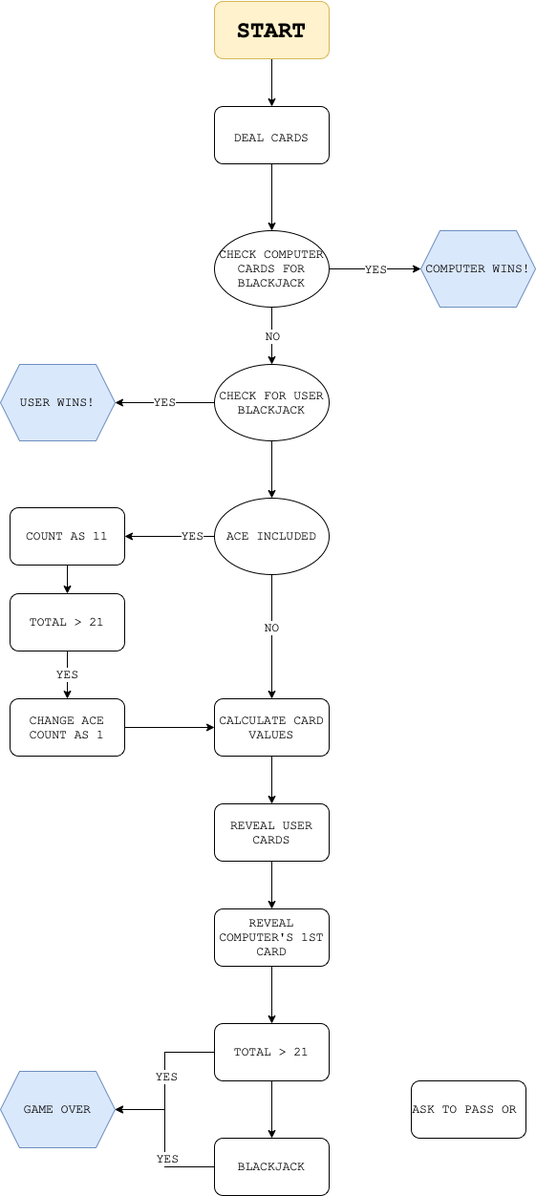
This is Blackjack.drawio.png from antoniaandreou/100_days_of_python, a draw.io export, as it was before one commit. Source tidied: cells renumbered, new cells last; positions are measured from the earlier drawing's top-left corner, leaving out a move shared by most shapes.
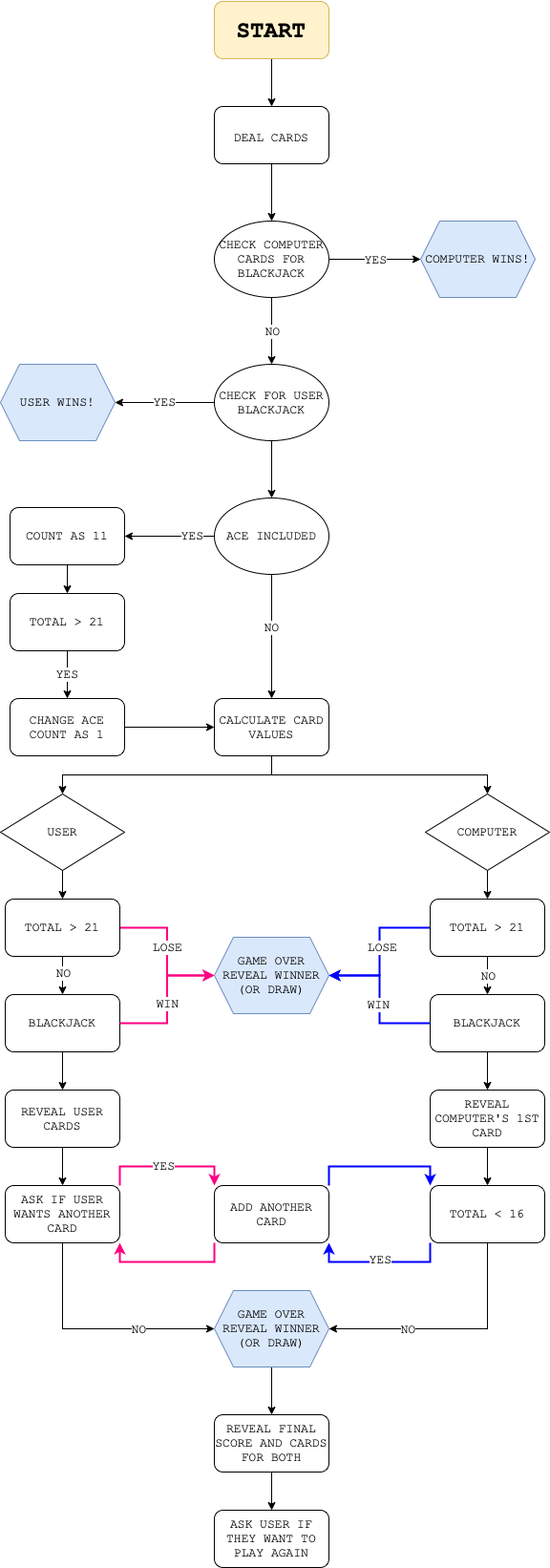
The same diagram one commit later.

Diff of the diagram source:
```diff
@@ -14,23 +14,23 @@
     <mxCell id="5" value="&lt;font style=&quot;font-size: 13px&quot;&gt;DEAL CARDS&lt;/font&gt;" style="rounded=1;whiteSpace=wrap;html=1;fontFamily=Courier New;fontSize=24;" parent="1" vertex="1">
       <mxGeometry x="224" y="110" width="120" height="60" as="geometry" />
     </mxCell>
-    <mxCell id="6" style="edgeStyle=orthogonalEdgeStyle;rounded=0;jettySize=auto;html=1;exitX=0.5;exitY=1;exitDx=0;exitDy=0;entryX=0.5;entryY=0;entryDx=0;entryDy=0;fontFamily=Courier New;fontSize=13;" parent="1" edge="1" source="7" target="25">
-      <mxGeometry relative="1" as="geometry" />
-    </mxCell>
+    <mxCell id="42" style="edgeStyle=orthogonalEdgeStyle;rounded=0;jettySize=auto;html=1;exitX=0.5;exitY=1;exitDx=0;exitDy=0;entryX=0.5;entryY=0;entryDx=0;entryDy=0;fontFamily=Courier New;fontSize=13;strokeColor=#000000;strokeWidth=1;" parent="1" edge="1" source="7" target="69">
+      <mxGeometry relative="1" as="geometry" />
+    </mxCell>
     <mxCell id="7" value="REVEAL COMPUTER'S 1ST CARD" style="rounded=1;whiteSpace=wrap;html=1;fontFamily=Courier New;fontSize=13;" parent="1" vertex="1">
-      <mxGeometry x="224" y="950" width="120" height="60" as="geometry" />
+      <mxGeometry x="450" y="1140" width="120" height="60" as="geometry" />
     </mxCell>
-    <mxCell id="8" style="edgeStyle=orthogonalEdgeStyle;rounded=0;jettySize=auto;html=1;exitX=0.5;exitY=1;exitDx=0;exitDy=0;entryX=0.5;entryY=0;entryDx=0;entryDy=0;fontFamily=Courier New;fontSize=13;" parent="1" edge="1" source="9" target="7">
-      <mxGeometry relative="1" as="geometry" />
-    </mxCell>
+    <mxCell id="43" style="edgeStyle=orthogonalEdgeStyle;rounded=0;jettySize=auto;html=1;exitX=0.5;exitY=1;exitDx=0;exitDy=0;entryX=0.5;entryY=0;entryDx=0;entryDy=0;fontFamily=Courier New;fontSize=13;strokeColor=#000000;strokeWidth=1;" parent="1" edge="1" source="9" target="41">
+      <mxGeometry relative="1" as="geometry" />
+    </mxCell>
     <mxCell id="9" value="REVEAL USER CARDS" style="rounded=1;whiteSpace=wrap;html=1;fontFamily=Courier New;fontSize=13;" parent="1" vertex="1">
-      <mxGeometry x="224" y="840" width="120" height="60" as="geometry" />
+      <mxGeometry x="5" y="1140" width="120" height="60" as="geometry" />
     </mxCell>
     <mxCell id="10" value="CHECK COMPUTER CARDS FOR BLACKJACK" style="ellipse;whiteSpace=wrap;html=1;fontFamily=Courier New;fontSize=13;" parent="1" vertex="1">
-      <mxGeometry x="224" y="240" width="120" height="80" as="geometry" />
+      <mxGeometry x="224" y="230" width="120" height="80" as="geometry" />
     </mxCell>
     <mxCell id="11" value="COMPUTER WINS!" style="shape=hexagon;perimeter=hexagonPerimeter2;whiteSpace=wrap;html=1;fixedSize=1;fontFamily=Courier New;fontSize=13;fillColor=#dae8fc;strokeColor=#6c8ebf;" parent="1" vertex="1">
-      <mxGeometry x="440" y="240" width="120" height="80" as="geometry" />
+      <mxGeometry x="440" y="230" width="120" height="80" as="geometry" />
     </mxCell>
     <mxCell id="12" style="endArrow=classic;html=1;rounded=0;fontFamily=Courier New;fontSize=13;exitX=1;exitY=0.5;exitDx=0;exitDy=0;entryX=0;entryY=0.5;entryDx=0;entryDy=0;" parent="1" edge="1" source="10" target="11">
       <mxGeometry relative="1" as="geometry" />
@@ -56,24 +56,21 @@
     <mxCell id="19" style="edgeStyle=orthogonalEdgeStyle;rounded=0;jettySize=auto;html=1;entryX=0.5;entryY=0;entryDx=0;entryDy=0;fontFamily=Courier New;fontSize=13;exitX=0.5;exitY=1;exitDx=0;exitDy=0;" parent="1" edge="1" source="15" target="30">
       <mxGeometry relative="1" as="geometry" />
     </mxCell>
-    <mxCell id="20" style="edgeStyle=orthogonalEdgeStyle;rounded=0;jettySize=auto;html=1;exitX=0.5;exitY=1;exitDx=0;exitDy=0;entryX=0.5;entryY=0;entryDx=0;entryDy=0;fontFamily=Courier New;fontSize=13;" parent="1" edge="1" source="21" target="9">
-      <mxGeometry relative="1" as="geometry" />
-    </mxCell>
+    <mxCell id="44" style="edgeStyle=orthogonalEdgeStyle;rounded=0;jettySize=auto;html=1;exitX=0.5;exitY=1;exitDx=0;exitDy=0;fontFamily=Courier New;fontSize=13;" parent="1" edge="1" source="21" target="53">
+      <mxGeometry relative="1" as="geometry" />
+    </mxCell>
     <mxCell id="21" value="CALCULATE CARD VALUES" style="rounded=1;whiteSpace=wrap;html=1;fontFamily=Courier New;fontSize=13;" parent="1" vertex="1">
       <mxGeometry x="224" y="730" width="120" height="60" as="geometry" />
     </mxCell>
-    <mxCell id="22" style="edgeStyle=orthogonalEdgeStyle;rounded=0;jettySize=auto;html=1;exitX=0;exitY=0.5;exitDx=0;exitDy=0;entryX=1;entryY=0.5;entryDx=0;entryDy=0;fontFamily=Courier New;fontSize=13;" parent="1" edge="1" source="25" target="37">
+    <mxCell id="22" style="edgeStyle=orthogonalEdgeStyle;rounded=0;jettySize=auto;html=1;fontFamily=Courier New;fontSize=13;strokeColor=#FF0080;strokeWidth=2;exitX=1;exitY=0.5;exitDx=0;exitDy=0;entryX=0;entryY=0.5;entryDx=0;entryDy=0;" parent="1" edge="1" source="25" target="37">
       <mxGeometry relative="1" as="geometry" />
     </mxCell>
-    <mxCell id="23" value="YES" style="edgeLabel;html=1;align=center;verticalAlign=middle;fontSize=13;fontFamily=Courier New;" parent="22" vertex="1">
-      <mxGeometry x="-0.06" y="1" relative="1" as="geometry" />
-    </mxCell>
-    <mxCell id="24" style="edgeStyle=orthogonalEdgeStyle;rounded=0;jettySize=auto;html=1;exitX=0.5;exitY=1;exitDx=0;exitDy=0;entryX=0.5;entryY=0;entryDx=0;entryDy=0;fontFamily=Courier New;fontSize=13;" parent="1" edge="1" source="25" target="40">
-      <mxGeometry relative="1" as="geometry" />
-    </mxCell>
-    <mxCell id="25" value="TOTAL &amp;gt; 21" style="rounded=1;whiteSpace=wrap;html=1;fontFamily=Courier New;fontSize=13;" parent="1" vertex="1">
-      <mxGeometry x="224" y="1070" width="120" height="60" as="geometry" />
-    </mxCell>
+    <mxCell id="45" value="LOSE" style="edgeLabel;html=1;align=center;verticalAlign=middle;fontSize=13;fontFamily=Courier New;" parent="22" vertex="1">
+      <mxGeometry x="-0.07" relative="1" as="geometry" />
+    </mxCell>
+    <mxCell id="46" style="edgeStyle=orthogonalEdgeStyle;rounded=0;jettySize=auto;html=1;exitX=0.5;exitY=1;exitDx=0;exitDy=0;entryX=0.5;entryY=0;entryDx=0;entryDy=0;fontFamily=Courier New;fontSize=13;" parent="1" edge="1" source="21" target="57">
+      <mxGeometry relative="1" as="geometry" />
+    </mxCell>
     <mxCell id="26" style="edgeStyle=orthogonalEdgeStyle;rounded=0;jettySize=auto;html=1;exitX=0;exitY=0.5;exitDx=0;exitDy=0;entryX=1;entryY=0.5;entryDx=0;entryDy=0;fontFamily=Courier New;fontSize=13;" parent="1" edge="1" source="30" target="36">
       <mxGeometry relative="1" as="geometry" />
     </mxCell>
@@ -107,20 +104,133 @@
     <mxCell id="36" value="COUNT AS 11" style="rounded=1;whiteSpace=wrap;html=1;fontFamily=Courier New;fontSize=13;" parent="1" vertex="1">
       <mxGeometry x="10" y="530" width="120" height="60" as="geometry" />
     </mxCell>
-    <mxCell id="37" value="GAME OVER" style="shape=hexagon;perimeter=hexagonPerimeter2;whiteSpace=wrap;html=1;fixedSize=1;fontFamily=Courier New;fontSize=13;fillColor=#dae8fc;strokeColor=#6c8ebf;" parent="1" vertex="1">
-      <mxGeometry y="1120" width="120" height="80" as="geometry" />
+    <mxCell id="37" value="GAME OVER&lt;br&gt;REVEAL WINNER&lt;br&gt;(OR DRAW)" style="shape=hexagon;perimeter=hexagonPerimeter2;whiteSpace=wrap;html=1;fixedSize=1;fontFamily=Courier New;fontSize=13;fillColor=#dae8fc;strokeColor=#6c8ebf;" parent="1" vertex="1">
+      <mxGeometry x="224" y="980" width="120" height="80" as="geometry" />
     </mxCell>
+    <mxCell id="47" style="edgeStyle=orthogonalEdgeStyle;rounded=0;jettySize=auto;html=1;exitX=0.5;exitY=1;exitDx=0;exitDy=0;entryX=0.5;entryY=0;entryDx=0;entryDy=0;fontFamily=Courier New;fontSize=13;strokeColor=#000000;strokeWidth=1;" parent="1" edge="1" source="40" target="9">
+      <mxGeometry relative="1" as="geometry" />
+    </mxCell>
+    <mxCell id="40" value="BLACKJACK" style="rounded=1;whiteSpace=wrap;html=1;fontFamily=Courier New;fontSize=13;" parent="1" vertex="1">
+      <mxGeometry x="5" y="1040" width="120" height="60" as="geometry" />
+    </mxCell>
+    <mxCell id="48" style="edgeStyle=orthogonalEdgeStyle;rounded=0;jettySize=auto;html=1;exitX=1;exitY=0;exitDx=0;exitDy=0;entryX=0;entryY=0;entryDx=0;entryDy=0;fontFamily=Courier New;fontSize=13;strokeColor=#FF0080;strokeWidth=2;" parent="1" edge="1" source="41" target="72">
+      <mxGeometry relative="1" as="geometry" />
+    </mxCell>
+    <mxCell id="49" value="YES" style="edgeLabel;html=1;align=center;verticalAlign=middle;fontSize=13;fontFamily=Courier New;" parent="48" vertex="1">
+      <mxGeometry x="-0.07" y="1" relative="1" as="geometry" />
+    </mxCell>
+    <mxCell id="50" style="edgeStyle=orthogonalEdgeStyle;rounded=0;jettySize=auto;html=1;exitX=0.5;exitY=1;exitDx=0;exitDy=0;entryX=0;entryY=0.5;entryDx=0;entryDy=0;fontFamily=Courier New;fontSize=13;strokeColor=#000000;strokeWidth=1;" parent="1" edge="1" source="41" target="79">
+      <mxGeometry relative="1" as="geometry" />
+    </mxCell>
+    <mxCell id="51" value="NO" style="edgeLabel;html=1;align=center;verticalAlign=middle;fontSize=13;fontFamily=Courier New;" parent="50" vertex="1">
+      <mxGeometry x="0.36" relative="1" as="geometry" />
+    </mxCell>
+    <mxCell id="41" value="ASK IF USER WANTS ANOTHER CARD" style="rounded=1;whiteSpace=wrap;html=1;fontFamily=Courier New;fontSize=13;" parent="1" vertex="1">
+      <mxGeometry x="5" y="1240" width="120" height="60" as="geometry" />
+    </mxCell>
+    <mxCell id="52" style="edgeStyle=orthogonalEdgeStyle;rounded=0;jettySize=auto;html=1;exitX=0.5;exitY=1;exitDx=0;exitDy=0;entryX=0.5;entryY=0;entryDx=0;entryDy=0;fontFamily=Courier New;fontSize=13;strokeColor=#000000;strokeWidth=1;" parent="1" edge="1" source="53" target="25">
+      <mxGeometry relative="1" as="geometry" />
+    </mxCell>
+    <mxCell id="53" value="USER" style="rhombus;whiteSpace=wrap;html=1;fontFamily=Courier New;fontSize=13;" parent="1" vertex="1">
+      <mxGeometry y="830" width="130" height="80" as="geometry" />
+    </mxCell>
+    <mxCell id="54" style="edgeStyle=orthogonalEdgeStyle;rounded=0;jettySize=auto;html=1;exitX=0;exitY=0.5;exitDx=0;exitDy=0;fontFamily=Courier New;fontSize=13;strokeColor=#0000FF;strokeWidth=2;entryX=1;entryY=0.5;entryDx=0;entryDy=0;" parent="1" edge="1" source="60" target="37">
+      <mxGeometry relative="1" as="geometry" />
+    </mxCell>
+    <mxCell id="55" value="LOSE" style="edgeLabel;html=1;align=center;verticalAlign=middle;fontSize=13;fontFamily=Courier New;" parent="54" vertex="1">
+      <mxGeometry x="-0.32" y="2" relative="1" as="geometry">
+        <mxPoint y="20" as="offset" />
+      </mxGeometry>
+    </mxCell>
+    <mxCell id="56" style="edgeStyle=orthogonalEdgeStyle;rounded=0;jettySize=auto;html=1;exitX=0.5;exitY=1;exitDx=0;exitDy=0;entryX=0.5;entryY=0;entryDx=0;entryDy=0;fontFamily=Courier New;fontSize=13;strokeColor=#000000;strokeWidth=1;" parent="1" edge="1" source="57" target="60">
+      <mxGeometry relative="1" as="geometry" />
+    </mxCell>
+    <mxCell id="57" value="COMPUTER" style="rhombus;whiteSpace=wrap;html=1;fontFamily=Courier New;fontSize=13;" parent="1" vertex="1">
+      <mxGeometry x="445" y="830" width="130" height="80" as="geometry" />
+    </mxCell>
+    <mxCell id="58" style="edgeStyle=orthogonalEdgeStyle;rounded=0;jettySize=auto;html=1;exitX=0.5;exitY=1;exitDx=0;exitDy=0;fontFamily=Courier New;fontSize=13;strokeColor=#000000;strokeWidth=1;entryX=0.5;entryY=0;entryDx=0;entryDy=0;" parent="1" edge="1" source="60" target="63">
+      <mxGeometry relative="1" as="geometry" />
+    </mxCell>
+    <mxCell id="59" value="NO" style="edgeLabel;html=1;align=center;verticalAlign=middle;fontSize=13;fontFamily=Courier New;" parent="58" vertex="1">
+      <mxGeometry x="0.52" y="1" relative="1" as="geometry">
+        <mxPoint x="-1" y="-10" as="offset" />
+      </mxGeometry>
+    </mxCell>
+    <mxCell id="60" value="TOTAL &amp;gt; 21" style="rounded=1;whiteSpace=wrap;html=1;fontFamily=Courier New;fontSize=13;" parent="1" vertex="1">
+      <mxGeometry x="450" y="940" width="120" height="60" as="geometry" />
+    </mxCell>
+    <mxCell id="24" style="edgeStyle=orthogonalEdgeStyle;rounded=0;jettySize=auto;html=1;exitX=0.5;exitY=1;exitDx=0;exitDy=0;entryX=0.5;entryY=0;entryDx=0;entryDy=0;fontFamily=Courier New;fontSize=13;strokeColor=#000000;strokeWidth=1;" parent="1" edge="1" source="25" target="40">
+      <mxGeometry relative="1" as="geometry" />
+    </mxCell>
+    <mxCell id="61" value="NO" style="edgeLabel;html=1;align=center;verticalAlign=middle;fontSize=13;fontFamily=Courier New;" parent="24" vertex="1">
+      <mxGeometry x="-0.13" relative="1" as="geometry" />
+    </mxCell>
+    <mxCell id="25" value="TOTAL &amp;gt; 21" style="rounded=1;whiteSpace=wrap;html=1;fontFamily=Courier New;fontSize=13;" parent="1" vertex="1">
+      <mxGeometry x="5" y="940" width="120" height="60" as="geometry" />
+    </mxCell>
+    <mxCell id="62" style="edgeStyle=orthogonalEdgeStyle;rounded=0;jettySize=auto;html=1;exitX=0.5;exitY=1;exitDx=0;exitDy=0;entryX=0.5;entryY=0;entryDx=0;entryDy=0;fontFamily=Courier New;fontSize=13;strokeColor=#000000;strokeWidth=1;" parent="1" edge="1" source="63" target="7">
+      <mxGeometry relative="1" as="geometry" />
+    </mxCell>
+    <mxCell id="63" value="BLACKJACK" style="rounded=1;whiteSpace=wrap;html=1;fontFamily=Courier New;fontSize=13;" parent="1" vertex="1">
+      <mxGeometry x="450" y="1040" width="120" height="60" as="geometry" />
+    </mxCell>
-    <mxCell id="38" style="edgeStyle=orthogonalEdgeStyle;rounded=0;jettySize=auto;html=1;exitX=0;exitY=0.5;exitDx=0;exitDy=0;fontFamily=Courier New;fontSize=13;" parent="1" edge="1" source="40" target="37">
+    <mxCell id="38" style="edgeStyle=orthogonalEdgeStyle;rounded=0;jettySize=auto;html=1;fontFamily=Courier New;fontSize=13;strokeColor=#FF0080;strokeWidth=2;exitX=1;exitY=0.5;exitDx=0;exitDy=0;entryX=0;entryY=0.5;entryDx=0;entryDy=0;" parent="1" edge="1" source="40" target="37">
       <mxGeometry relative="1" as="geometry" />
     </mxCell>
-    <mxCell id="39" value="YES" style="edgeLabel;html=1;align=center;verticalAlign=middle;fontSize=13;fontFamily=Courier New;" parent="38" vertex="1">
-      <mxGeometry x="-0.26" y="-2" relative="1" as="geometry" />
-    </mxCell>
-    <mxCell id="40" value="BLACKJACK" style="rounded=1;whiteSpace=wrap;html=1;fontFamily=Courier New;fontSize=13;" parent="1" vertex="1">
-      <mxGeometry x="224" y="1190" width="120" height="60" as="geometry" />
-    </mxCell>
-    <mxCell id="41" value="ASK TO PASS OR&amp;nbsp;" style="rounded=1;whiteSpace=wrap;html=1;fontFamily=Courier New;fontSize=13;" parent="1" vertex="1">
-      <mxGeometry x="430" y="1130" width="120" height="60" as="geometry" />
-    </mxCell>
+    <mxCell id="64" value="WIN" style="edgeLabel;html=1;align=center;verticalAlign=middle;fontSize=13;fontFamily=Courier New;" parent="38" vertex="1">
+      <mxGeometry x="-0.07" relative="1" as="geometry" />
+    </mxCell>
+    <mxCell id="65" style="edgeStyle=orthogonalEdgeStyle;rounded=0;jettySize=auto;html=1;exitX=0;exitY=0.5;exitDx=0;exitDy=0;fontFamily=Courier New;fontSize=13;strokeColor=#0000FF;strokeWidth=2;entryX=1;entryY=0.5;entryDx=0;entryDy=0;" parent="1" edge="1" source="63" target="37">
+      <mxGeometry relative="1" as="geometry" />
+    </mxCell>
+    <mxCell id="66" value="WIN" style="edgeLabel;html=1;align=center;verticalAlign=middle;fontSize=13;fontFamily=Courier New;" parent="65" vertex="1">
+      <mxGeometry x="-0.32" y="2" relative="1" as="geometry">
+        <mxPoint y="-20" as="offset" />
+      </mxGeometry>
+    </mxCell>
+    <mxCell id="67" style="edgeStyle=orthogonalEdgeStyle;rounded=0;jettySize=auto;html=1;exitX=0;exitY=1;exitDx=0;exitDy=0;entryX=1;entryY=1;entryDx=0;entryDy=0;fontFamily=Courier New;fontSize=13;strokeColor=#0000FF;strokeWidth=2;" parent="1" edge="1" source="69" target="72">
+      <mxGeometry relative="1" as="geometry" />
+    </mxCell>
+    <mxCell id="68" value="YES" style="edgeLabel;html=1;align=center;verticalAlign=middle;fontSize=13;fontFamily=Courier New;" parent="67" vertex="1">
+      <mxGeometry y="-3" relative="1" as="geometry" />
+    </mxCell>
+    <mxCell id="69" value="TOTAL &amp;lt; 16" style="rounded=1;whiteSpace=wrap;html=1;fontFamily=Courier New;fontSize=13;" parent="1" vertex="1">
+      <mxGeometry x="450" y="1240" width="120" height="60" as="geometry" />
+    </mxCell>
+    <mxCell id="70" style="edgeStyle=orthogonalEdgeStyle;rounded=0;jettySize=auto;html=1;exitX=1;exitY=0;exitDx=0;exitDy=0;entryX=0;entryY=0;entryDx=0;entryDy=0;fontFamily=Courier New;fontSize=13;strokeColor=#0000FF;strokeWidth=2;" parent="1" edge="1" source="72" target="69">
+      <mxGeometry relative="1" as="geometry" />
+    </mxCell>
+    <mxCell id="71" style="edgeStyle=orthogonalEdgeStyle;rounded=0;jettySize=auto;html=1;exitX=0;exitY=1;exitDx=0;exitDy=0;entryX=1;entryY=1;entryDx=0;entryDy=0;fontFamily=Courier New;fontSize=13;strokeColor=#FF0080;strokeWidth=2;" parent="1" edge="1" source="72" target="41">
+      <mxGeometry relative="1" as="geometry">
+        <Array as="points">
+          <mxPoint x="224" y="1320" />
+          <mxPoint x="125" y="1320" />
+        </Array>
+      </mxGeometry>
+    </mxCell>
+    <mxCell id="72" value="ADD ANOTHER CARD" style="rounded=1;whiteSpace=wrap;html=1;fontFamily=Courier New;fontSize=13;" parent="1" vertex="1">
+      <mxGeometry x="224" y="1240" width="120" height="60" as="geometry" />
+    </mxCell>
+    <mxCell id="73" style="edgeStyle=orthogonalEdgeStyle;rounded=0;jettySize=auto;html=1;exitX=0.5;exitY=1;exitDx=0;exitDy=0;entryX=0.5;entryY=0;entryDx=0;entryDy=0;fontFamily=Courier New;fontSize=13;strokeColor=#000000;strokeWidth=1;" parent="1" edge="1" source="79" target="77">
+      <mxGeometry relative="1" as="geometry" />
+    </mxCell>
+    <mxCell id="74" style="edgeStyle=orthogonalEdgeStyle;rounded=0;jettySize=auto;html=1;exitX=0.5;exitY=1;exitDx=0;exitDy=0;entryX=1;entryY=0.5;entryDx=0;entryDy=0;fontFamily=Courier New;fontSize=13;strokeColor=#000000;strokeWidth=1;" parent="1" edge="1" source="69" target="79">
+      <mxGeometry relative="1" as="geometry" />
+    </mxCell>
+    <mxCell id="75" value="NO" style="edgeLabel;html=1;align=center;verticalAlign=middle;fontSize=13;fontFamily=Courier New;" parent="74" vertex="1">
+      <mxGeometry x="0.36" relative="1" as="geometry" />
+    </mxCell>
+    <mxCell id="76" style="edgeStyle=orthogonalEdgeStyle;rounded=0;jettySize=auto;html=1;exitX=0.5;exitY=1;exitDx=0;exitDy=0;fontFamily=Courier New;fontSize=13;strokeColor=#000000;strokeWidth=1;" parent="1" edge="1" source="77" target="78">
+      <mxGeometry relative="1" as="geometry" />
+    </mxCell>
+    <mxCell id="77" value="REVEAL FINAL SCORE AND CARDS FOR BOTH" style="rounded=1;whiteSpace=wrap;html=1;fontFamily=Courier New;fontSize=13;" parent="1" vertex="1">
+      <mxGeometry x="224" y="1480" width="120" height="60" as="geometry" />
+    </mxCell>
+    <mxCell id="78" value="ASK USER IF THEY WANT TO PLAY AGAIN" style="rounded=1;whiteSpace=wrap;html=1;fontFamily=Courier New;fontSize=13;" parent="1" vertex="1">
+      <mxGeometry x="224" y="1580" width="120" height="60" as="geometry" />
+    </mxCell>
+    <mxCell id="79" value="GAME OVER&lt;br&gt;REVEAL WINNER&lt;br&gt;(OR DRAW)" style="shape=hexagon;perimeter=hexagonPerimeter2;whiteSpace=wrap;html=1;fixedSize=1;fontFamily=Courier New;fontSize=13;fillColor=#dae8fc;strokeColor=#6c8ebf;" parent="1" vertex="1">
+      <mxGeometry x="224" y="1350" width="120" height="80" as="geometry" />
+    </mxCell>
   </root>
 </mxGraphModel>
```
